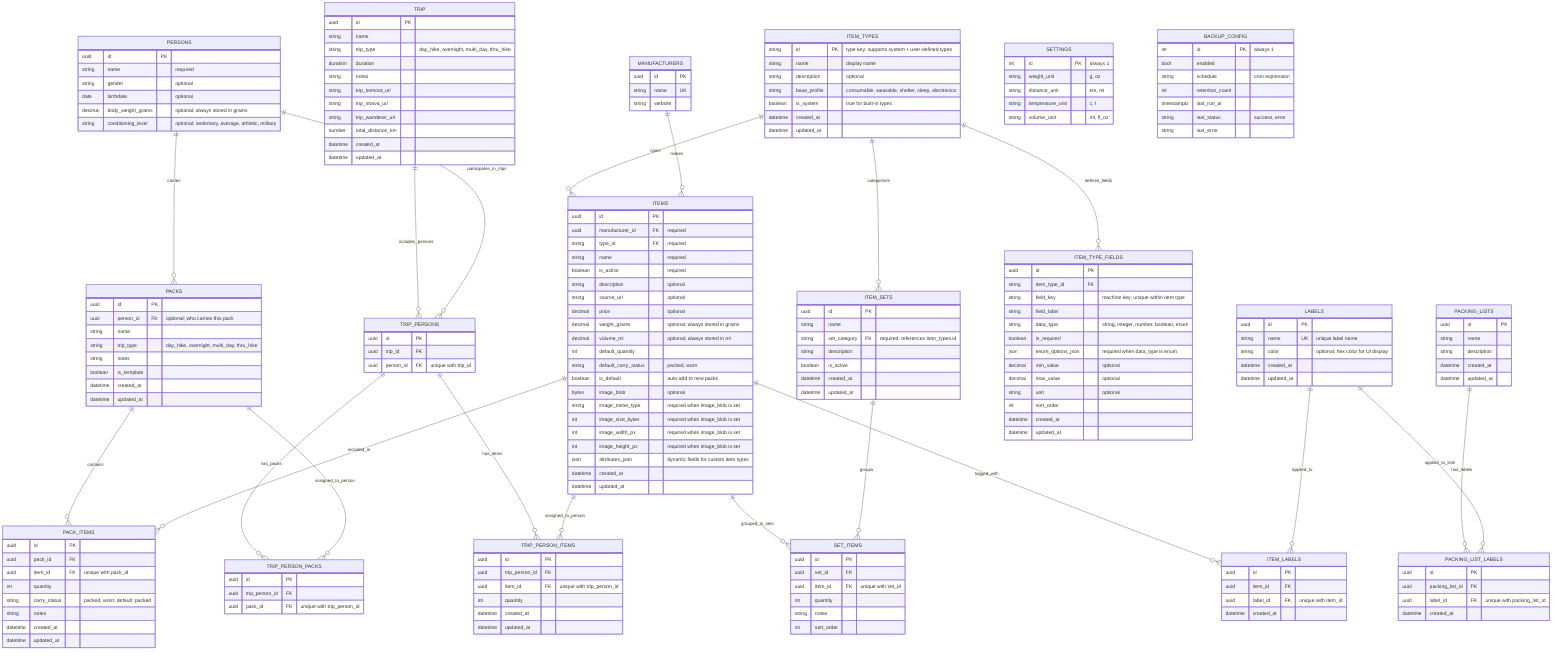
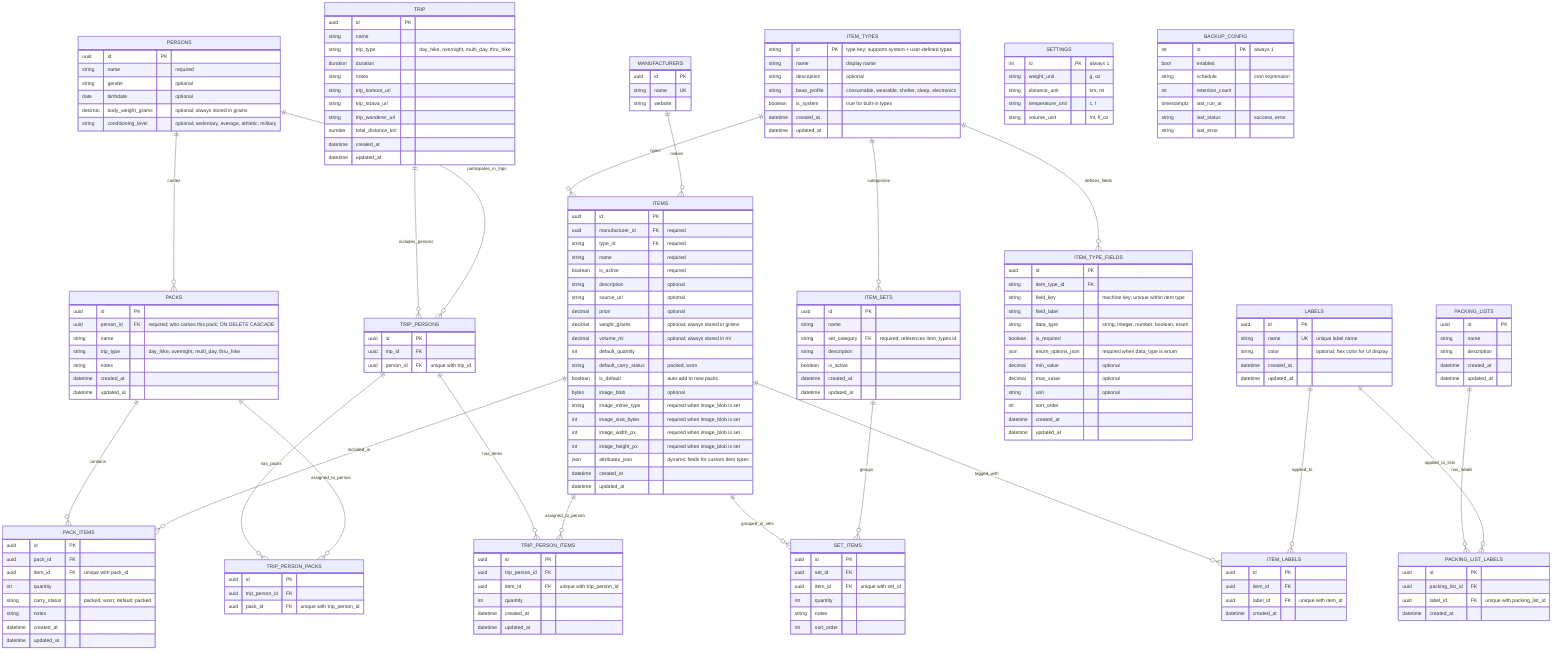

erDiagram
    PACKS ||--o{ PACK_ITEMS : contains
    PERSONS ||--o{ PACKS : carries

    ITEMS ||--o{ PACK_ITEMS : included_in
    ITEMS ||--o{ SET_ITEMS : grouped_in_sets
    ITEMS ||--o{ ITEM_LABELS : tagged_with

    LABELS ||--o{ ITEM_LABELS : applied_to

    ITEM_SETS ||--o{ SET_ITEMS : groups
    ITEM_TYPES ||--o{ ITEM_SETS : categorizes

    ITEM_TYPES ||--o{ ITEMS : types
    ITEM_TYPES ||--o{ ITEM_TYPE_FIELDS : defines_fields
    MANUFACTURERS ||--o{ ITEMS : makes

    TRIP ||--o{ TRIP_PERSONS : includes_persons
    PERSONS ||--o{ TRIP_PERSONS : participates_in_trips

    TRIP_PERSONS ||--o{ TRIP_PERSON_PACKS : has_packs
    PACKS ||--o{ TRIP_PERSON_PACKS : assigned_to_person

    TRIP_PERSONS ||--o{ TRIP_PERSON_ITEMS : has_items
    ITEMS ||--o{ TRIP_PERSON_ITEMS : assigned_to_person

    PACKING_LISTS ||--o{ PACKING_LIST_LABELS : has_labels
    LABELS ||--o{ PACKING_LIST_LABELS : applied_to_lists

    SETTINGS {
        int id PK "always 1"
        string weight_unit "g, oz"
        string distance_unit "km, mi"
        string temperature_unit "c, f"
        string volume_unit "ml, fl_oz"
    }

    BACKUP_CONFIG {
        int id PK "always 1"
        bool enabled
        string schedule "cron expression"
        int retention_count
        timestamptz last_run_at
        string last_status "success, error"
        string last_error
    }

    PERSONS {
        uuid id PK
        string name "required"
        string gender "optional"
        date birthdate "optional"
        decimal body_weight_grams "optional; always stored in grams"
        string conditioning_level "optional; sedentary, average, athletic, military"
    }

    ITEMS {
        uuid id PK
        uuid manufacturer_id FK "required"
        string type_id FK "required"
        string name "required"
        boolean is_active "required"
        string description "optional"
        string source_url "optional"
        decimal price "optional"
        decimal weight_grams "optional; always stored in grams"
        decimal volume_ml "optional; always stored in ml"
        int default_quantity
        string default_carry_status "packed, worn"
        boolean is_default "auto-add to new packs"
        bytes image_blob "optional"
        string image_mime_type "required when image_blob is set"
        int image_size_bytes "required when image_blob is set"
        int image_width_px "required when image_blob is set"
        int image_height_px "required when image_blob is set"
        json attributes_json "dynamic fields for custom item types"
        datetime created_at
        datetime updated_at
    }

    ITEM_TYPES {
        string id PK "type key; supports system + user-defined types"
        string name "display name"
        string description "optional"
        string base_profile "consumable, wearable, shelter, sleep, electronics"
        boolean is_system "true for built-in types"
        datetime created_at
        datetime updated_at
    }

    ITEM_TYPE_FIELDS {
        uuid id PK
        string item_type_id FK
        string field_key "machine key; unique within item type"
        string field_label
        string data_type "string, integer, number, boolean, enum"
        boolean is_required
        json enum_options_json "required when data_type is enum"
        decimal min_value "optional"
        decimal max_value "optional"
        string unit "optional"
        int sort_order
        datetime created_at
        datetime updated_at
    }

    LABELS {
        uuid id PK
        string name UK "unique label name"
        string color "optional; hex color for UI display"
        datetime created_at
        datetime updated_at
    }

    ITEM_LABELS {
        uuid id PK
        uuid item_id FK
        uuid label_id FK "unique with item_id"
        datetime created_at
    }

    MANUFACTURERS {
        uuid id PK
        string name UK
        string website
    }

    ITEM_SETS {
        uuid id PK
        string name
        string set_category FK "required; references item_types.id"
        string description
        boolean is_active
        datetime created_at
        datetime updated_at
    }

    SET_ITEMS {
        uuid id PK
        uuid set_id FK
        uuid item_id FK "unique with set_id"
        int quantity
        string notes
        int sort_order
    }

    PACKS {
        uuid id PK
-         uuid person_id FK "optional; who carries this pack"
+         uuid person_id FK "required; who carries this pack; ON DELETE CASCADE"
        string name
        string trip_type "day_hike, overnight, multi_day, thru_hike"
        string notes
-         boolean is_template
        datetime created_at
        datetime updated_at
    }

    PACK_ITEMS {
        uuid id PK
        uuid pack_id FK
        uuid item_id FK "unique with pack_id"
        int quantity
        string carry_status "packed, worn; default: packed"
        string notes
        datetime created_at
        datetime updated_at
    }

    TRIP {
        uuid id PK
        string name
        string trip_type "day_hike, overnight, multi_day, thru_hike"
        duration duration
        string notes
        string trip_komoot_url
        string trip_strava_url
        string trip_wanderer_url
        number total_distance_km
        datetime created_at
        datetime updated_at
    }

    TRIP_PERSONS {
        uuid id PK
        uuid trip_id FK
        uuid person_id FK "unique with trip_id"
    }

    TRIP_PERSON_PACKS {
        uuid id PK
        uuid trip_person_id FK
        uuid pack_id FK "unique with trip_person_id"
    }

    TRIP_PERSON_ITEMS {
        uuid id PK
        uuid trip_person_id FK
        uuid item_id FK "unique with trip_person_id"
        int quantity
        datetime created_at
        datetime updated_at
    }

    PACKING_LISTS {
        uuid id PK
        string name
        string description
        datetime created_at
        datetime updated_at
    }

    PACKING_LIST_LABELS {
        uuid id PK
        uuid packing_list_id FK
        uuid label_id FK "unique with packing_list_id"
        datetime created_at
    }